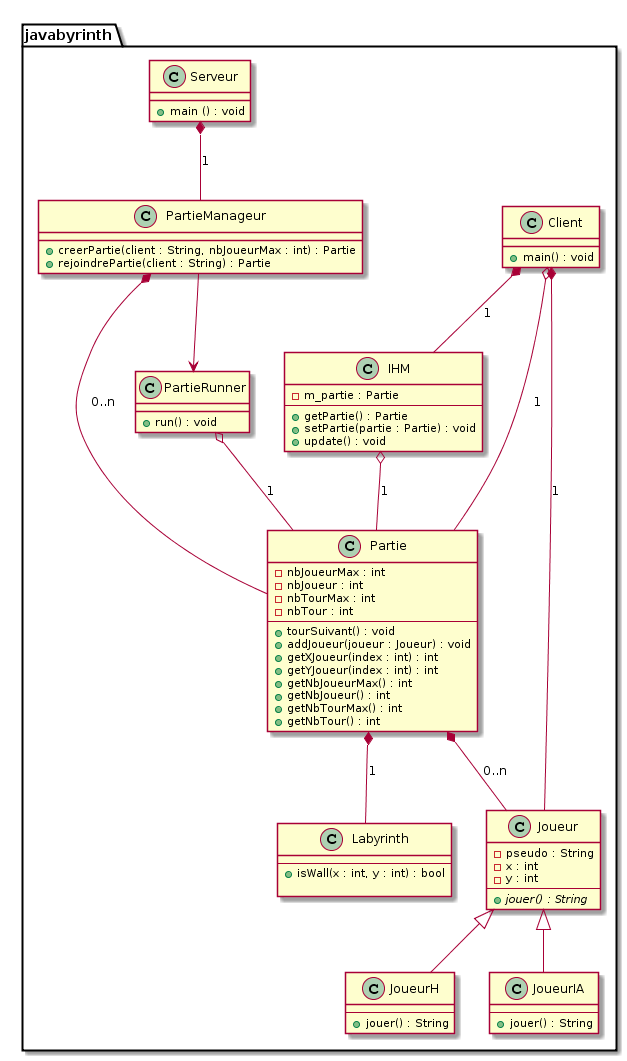
ChristopheCluizel/Projet-Info-Rep-Labyrinthe keeps this PlantUML diagram as qualite/conception/images/UML_diagClass.png. Above is the earlier version.
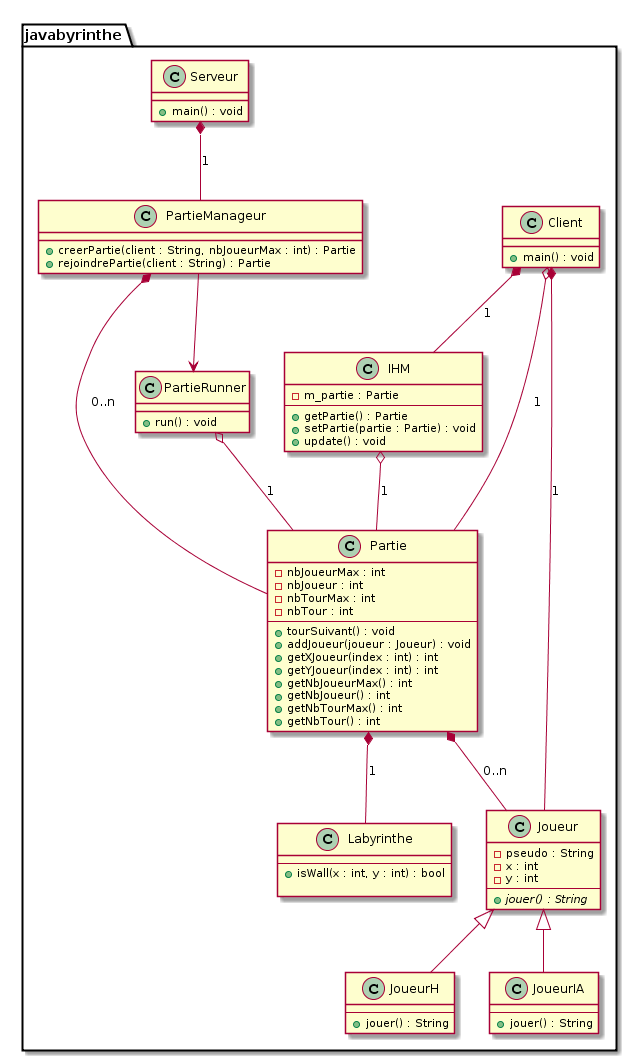
After the commit.

Commit message:
Nettoyage du repo et correction syntaxe diagramme de classes

The edit, as a diff of the source:
```diff
@@ -1,5 +1,5 @@
 @startuml
-package "javabyrinth"{
+package "javabyrinthe"{
 
 class Partie{
     - nbJoueurMax : int
@@ -16,10 +16,17 @@
     + getNbTourMax() : int
     + getNbTour() : int
 }
-class Labyrinth{
+class Labyrinthe{
     --
     +isWall(x : int, y : int) : bool
 
+}
+class IHM{
+    - m_partie : Partie
+    --
+    +getPartie() : Partie
+    +setPartie(partie : Partie) : void
+    +update() : void
 }
 class Joueur{
     - pseudo : String
@@ -27,13 +34,6 @@
     - y : int
     --
     +<i>jouer() : String</i>
-}
-class IHM{
-    -m_partie : Partie
-    --
-    + getPartie() : Partie
-    + setPartie(partie : Partie) : void
-    +update() : void
 }
 class JoueurH{
     --
@@ -48,14 +48,14 @@
     +rejoindrePartie(client : String) : Partie
 }
 class PartieRunner{
-   + run() : void
+    +run() : void
 }
 
 class Client{
-    + main() : void
+    +main() : void
 }
 class Serveur{
-    + main () : void
+    +main() : void
 }
 Joueur <|-- JoueurH
 Joueur <|-- JoueurIA
@@ -65,10 +65,9 @@
 PartieRunner o-- Partie : 1
 Serveur *-- PartieManageur : 1
 Client *-- Joueur : 1
+IHM o-- Partie : 1
 Client o-- Partie : 1
-Partie *-- Labyrinth : 1
 Client *-- IHM : 1
-IHM o-- Partie : 1
-
+Partie *-- Labyrinthe : 1
 }
 @enduml
```
